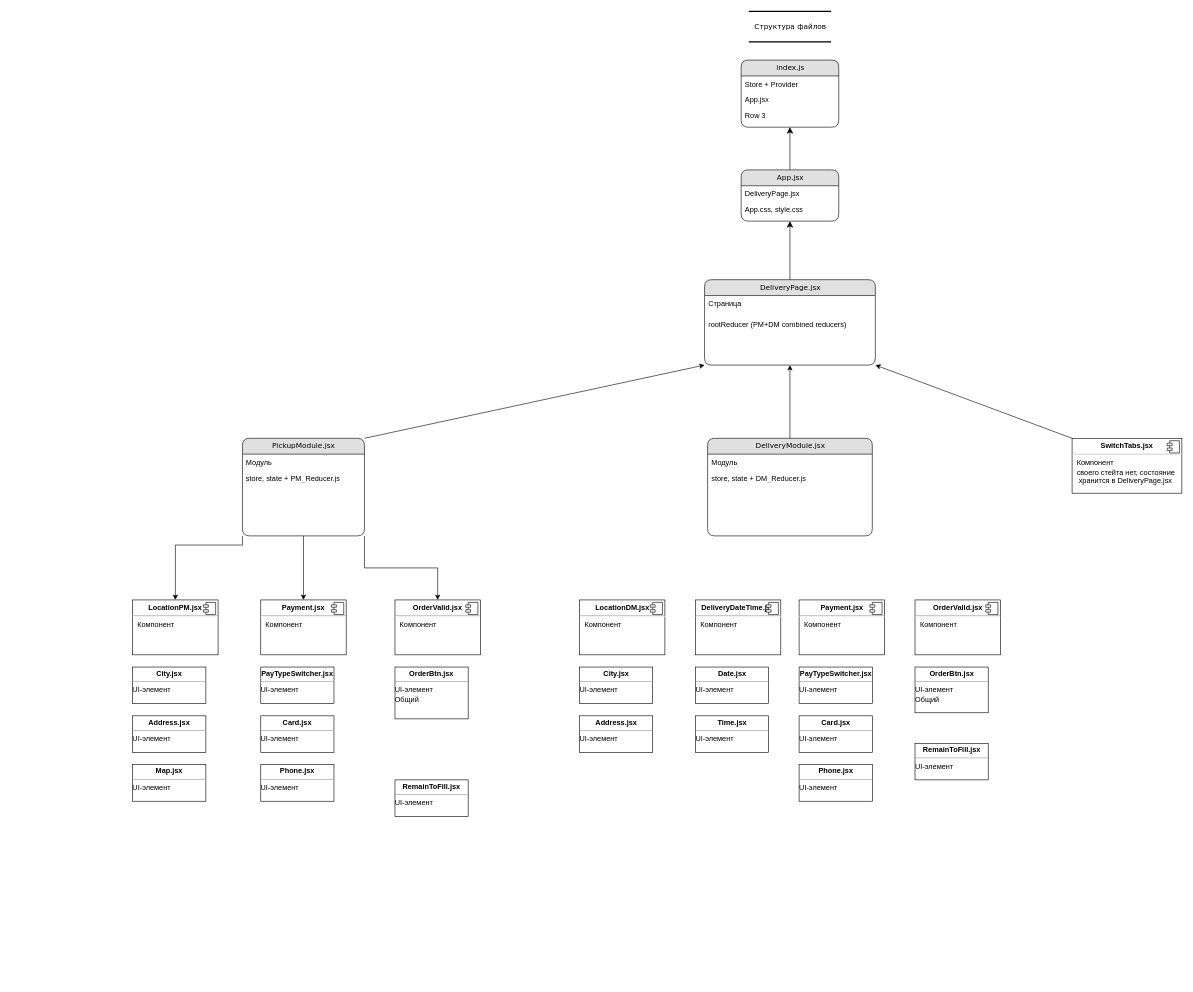
Earlier version of the draw.io diagram React_Delivery_Page_Scheme.drawio (display-nice/react_delivery_page). Source tidied: cells renumbered, new cells numbered last; positions are measured from the earlier drawing's top-left corner, leaving out a move shared by most shapes. Both pictures are drawn from the tidied source at 61%, with x=0, y=0 at pixel (132, 11).
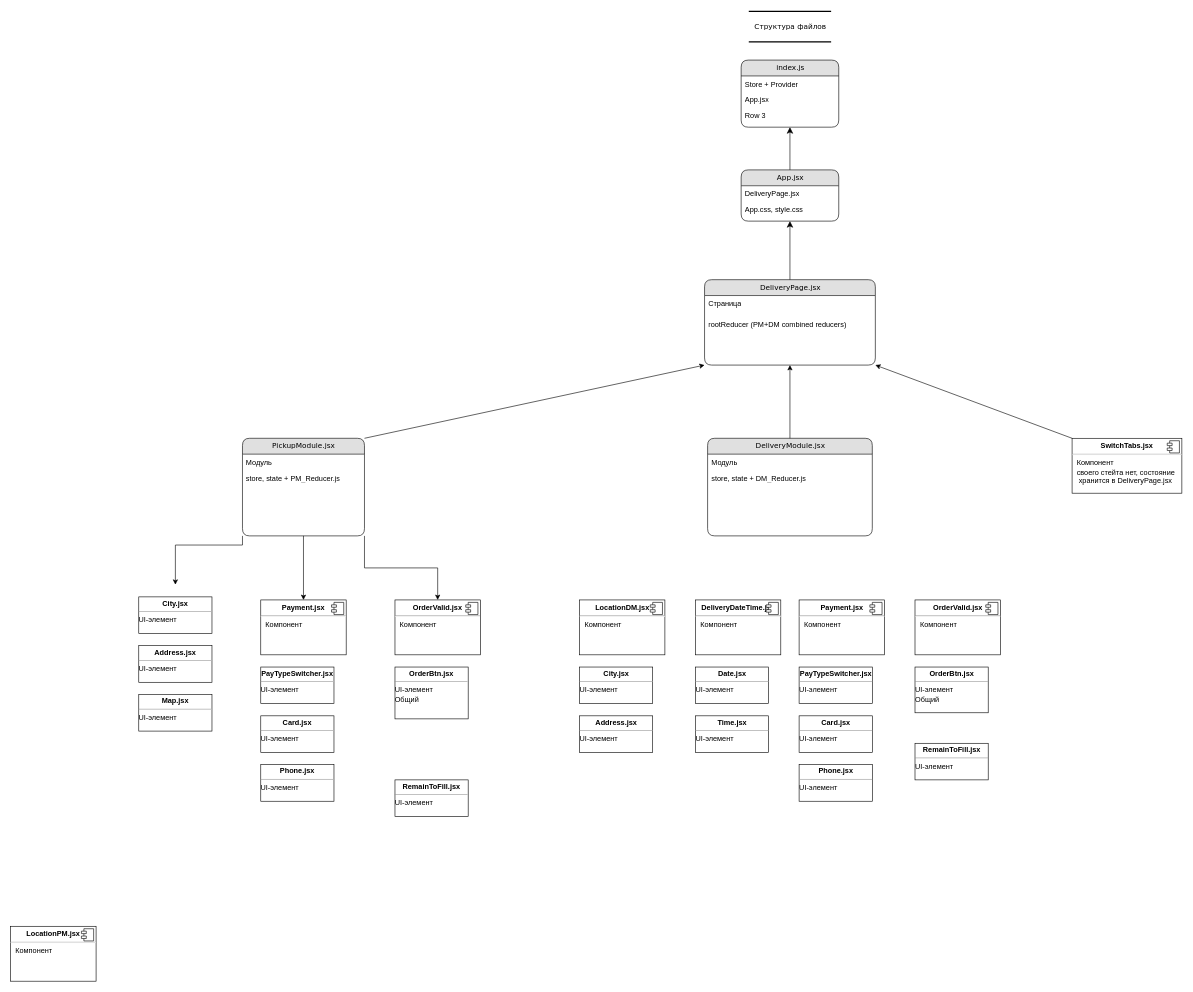
Above is the later version.

Unchanged cells that the change refers to:
```xml
<mxCell id="10" value="PickupModule.jsx" style="swimlane;html=1;fontStyle=0;horizontal=1;startSize=26;fillColor=#e0e0e0;swimlaneFillColor=#ffffff;align=center;rounded=1;shadow=0;comic=0;labelBackgroundColor=none;strokeWidth=1;fontFamily=Verdana;fontSize=12;" parent="1" vertex="1">
  <mxGeometry x="180" y="700" width="200" height="160" as="geometry" />
</mxCell>
```

Diff of the diagram source:
```diff
@@
-    <mxCell id="9" style="edgeStyle=orthogonalEdgeStyle;rounded=0;jettySize=auto;html=1;entryX=0.5;entryY=0;entryDx=0;entryDy=0;exitX=0;exitY=1;exitDx=0;exitDy=0;" parent="1" edge="1" source="10" target="25">
+    <mxCell id="9" style="edgeStyle=orthogonalEdgeStyle;rounded=0;jettySize=auto;html=1;exitX=0;exitY=1;exitDx=0;exitDy=0;" parent="1" edge="1" source="10">
       <mxGeometry relative="1" as="geometry">
+        <mxPoint x="70" y="940" as="targetPoint" />
         <Array as="points">
           <mxPoint x="180" y="875" />
           <mxPoint x="70" y="875" />
         </Array>
       </mxGeometry>
     </mxCell>
@@
     <mxCell id="25" value="&lt;p style=&quot;margin:0px;margin-top:6px;text-align:center;&quot;&gt;&lt;b&gt;LocationPM.jsx&lt;/b&gt;&lt;/p&gt;&lt;hr&gt;&lt;p style=&quot;margin:0px;margin-left:8px;&quot;&gt;Компонент&lt;/p&gt;&lt;p style=&quot;margin:0px;margin-left:8px;&quot;&gt;&lt;br&gt;&lt;/p&gt;" style="align=left;overflow=fill;html=1;" parent="1" vertex="1">
-      <mxGeometry y="965" width="140" height="90" as="geometry" />
+      <mxGeometry x="-200" y="1500" width="140" height="90" as="geometry" />
     </mxCell>
@@
     <mxCell id="27" value="&lt;p style=&quot;margin:0px;margin-top:4px;text-align:center;&quot;&gt;&lt;b&gt;City.jsx&lt;/b&gt;&lt;/p&gt;&lt;hr size=&quot;1&quot;&gt;&lt;div style=&quot;height:2px;&quot;&gt;UI-элемент&lt;/div&gt;" style="verticalAlign=top;align=left;overflow=fill;fontSize=12;fontFamily=Helvetica;html=1;" parent="1" vertex="1">
-      <mxGeometry y="1075" width="120" height="60" as="geometry" />
+      <mxGeometry x="10" y="960" width="120" height="60" as="geometry" />
     </mxCell>
@@
     <mxCell id="30" value="&lt;p style=&quot;margin:0px;margin-top:4px;text-align:center;&quot;&gt;&lt;b&gt;Address.jsx&lt;/b&gt;&lt;/p&gt;&lt;hr size=&quot;1&quot;&gt;&lt;div style=&quot;height:2px;&quot;&gt;UI-элемент&lt;/div&gt;" style="verticalAlign=top;align=left;overflow=fill;fontSize=12;fontFamily=Helvetica;html=1;" parent="1" vertex="1">
-      <mxGeometry y="1155" width="120" height="60" as="geometry" />
+      <mxGeometry x="10" y="1040" width="120" height="60" as="geometry" />
     </mxCell>
     <mxCell id="31" value="&lt;p style=&quot;margin:0px;margin-top:4px;text-align:center;&quot;&gt;&lt;b&gt;Map.jsx&lt;/b&gt;&lt;/p&gt;&lt;hr size=&quot;1&quot;&gt;&lt;div style=&quot;height:2px;&quot;&gt;UI-элемент&lt;/div&gt;" style="verticalAlign=top;align=left;overflow=fill;fontSize=12;fontFamily=Helvetica;html=1;" parent="1" vertex="1">
-      <mxGeometry y="1235" width="120" height="60" as="geometry" />
+      <mxGeometry x="10" y="1120" width="120" height="60" as="geometry" />
     </mxCell>
```
